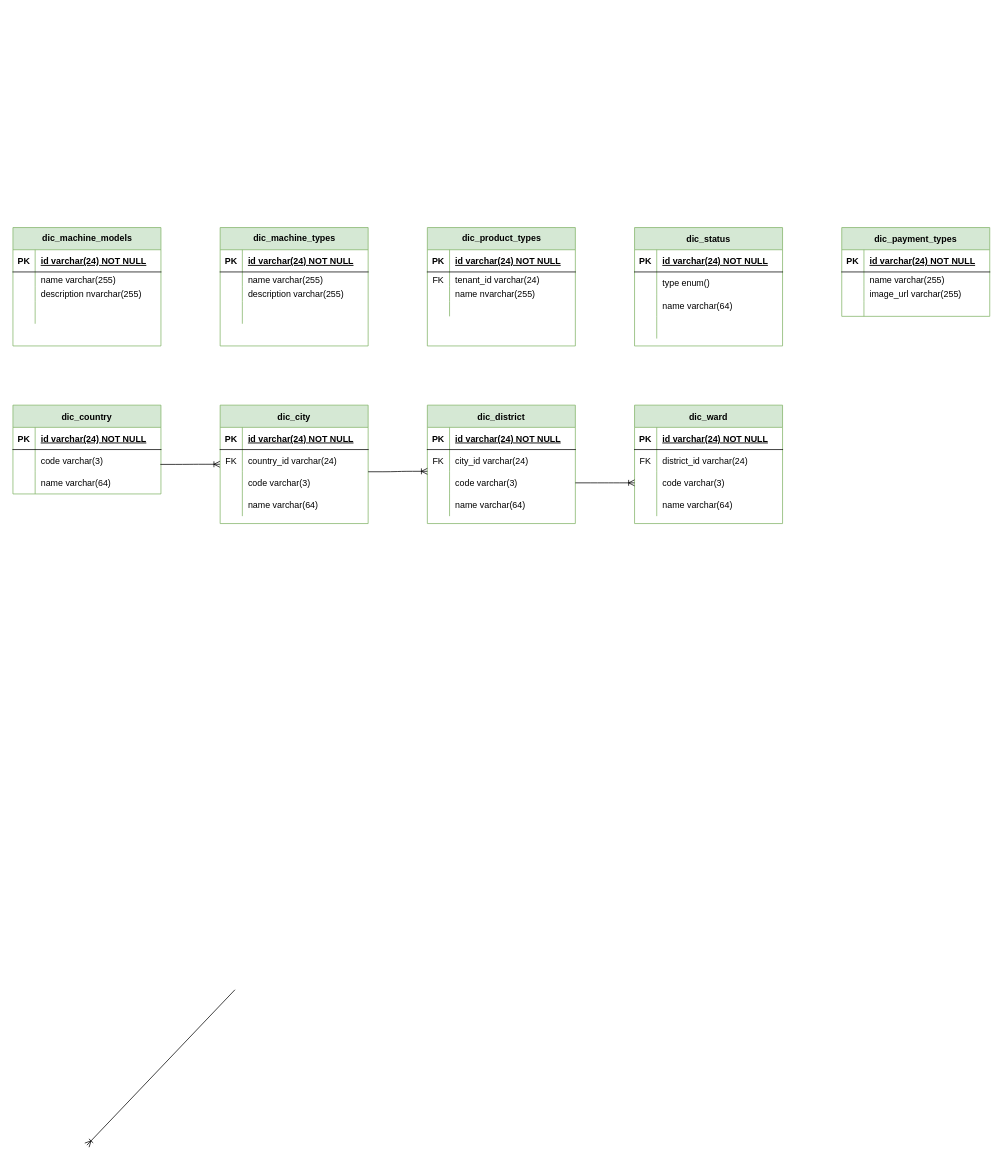
wardus3105/alphatest keeps this draw.io diagram as page "Dictionary" (6 of 6) of Untitled Diagram.drawio. Above is the earlier version. Source tidied: cells renumbered, new cells numbered last; positions are measured from the earlier drawing's top-left corner, leaving out a move shared by most shapes. Both pictures are drawn from the tidied source at 74%, with x=0, y=0 at pixel (13, 227).
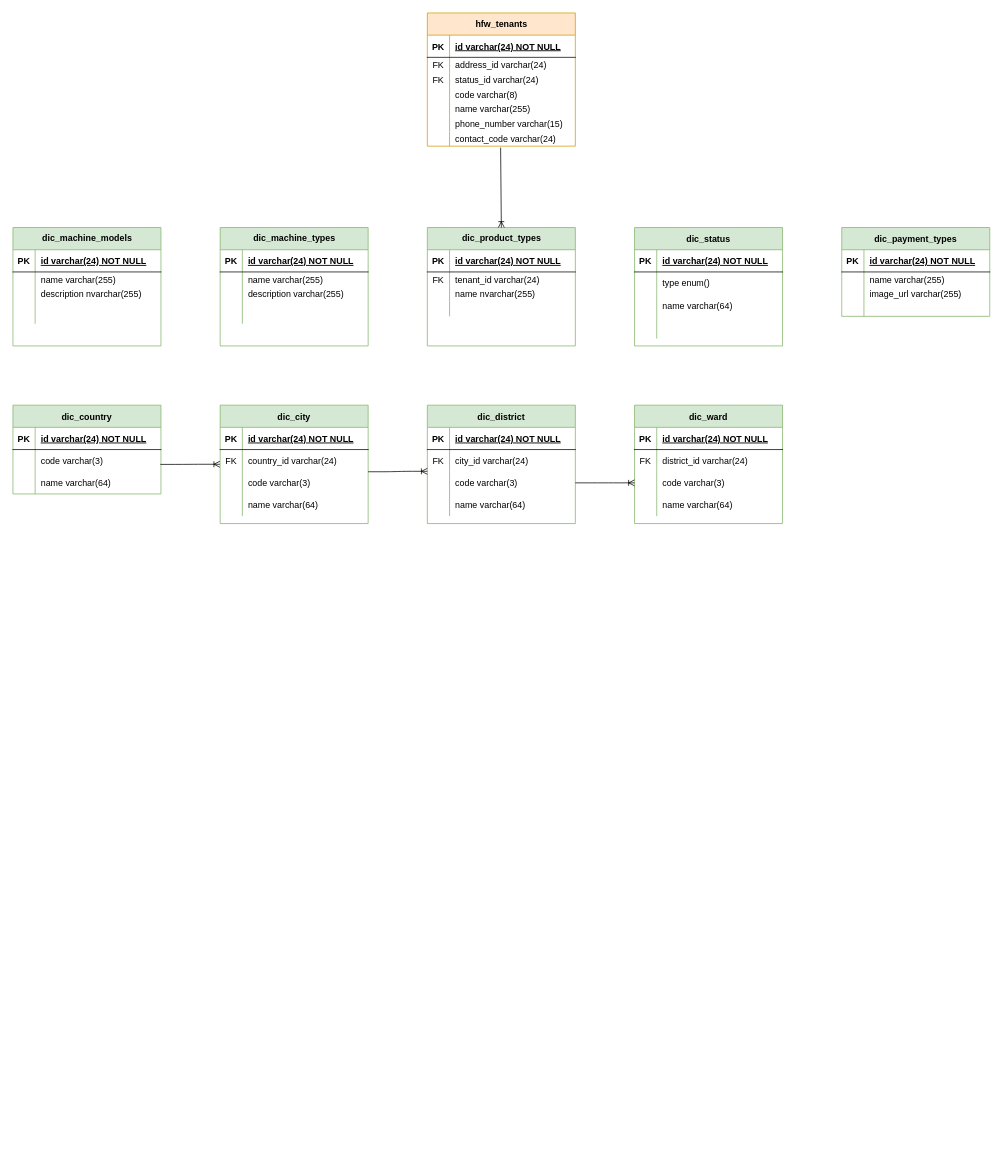
The same diagram, later.

The change refers to these unchanged cells:
```xml
<mxCell id="28" value="dic_product_types" style="shape=table;startSize=30;childLayout=tableLayout;rowLines=0;fontStyle=1;align=center;html=1;fillColor=#d5e8d4;strokeColor=#82b366;" parent="1" vertex="1">
  <mxGeometry x="560" width="200" height="160" as="geometry" />
</mxCell>
```

Change to the diagram source:
```diff
@@
-    <mxCell id="54" style="fontSize=12;html=1;endArrow=ERoneToMany;" parent="1" edge="1">
-      <mxGeometry relative="1" as="geometry">
-        <mxPoint x="300" y="1030" as="sourcePoint" />
-        <mxPoint x="100" y="1240" as="targetPoint" />
-      </mxGeometry>
-    </mxCell>
@@
+    <mxCell id="120" value="hfw_tenants" style="shape=table;startSize=30;childLayout=tableLayout;rowLines=0;fontStyle=1;align=center;html=1;fillColor=#ffe6cc;strokeColor=#d79b00;" parent="1" vertex="1">
+      <mxGeometry x="560" y="-290" width="200" height="180" as="geometry" />
+    </mxCell>
+    <mxCell id="121" style="shape=partialRectangle;fillColor=none;top=0;left=0;bottom=1;right=0;" parent="120" vertex="1">
+      <mxGeometry y="30" width="200" height="30" as="geometry" />
+    </mxCell>
+    <mxCell id="122" value="PK" style="shape=partialRectangle;fillColor=none;top=0;left=0;bottom=0;right=0;fontStyle=1;overflow=hidden;" parent="121" vertex="1">
+      <mxGeometry width="30" height="30" as="geometry" />
+    </mxCell>
+    <mxCell id="123" value="id varchar(24) NOT NULL" style="shape=partialRectangle;fillColor=none;top=0;left=0;bottom=0;right=0;align=left;spacingLeft=6;fontStyle=5;overflow=hidden;" parent="121" vertex="1">
+      <mxGeometry x="30" width="170" height="30" as="geometry" />
+    </mxCell>
+    <mxCell id="124" style="shape=partialRectangle;fillColor=none;top=0;left=0;bottom=0;right=0;" parent="120" vertex="1">
+      <mxGeometry y="60" width="200" height="20" as="geometry" />
+    </mxCell>
+    <mxCell id="125" value="FK" style="shape=partialRectangle;fillColor=none;top=0;left=0;bottom=0;right=0;overflow=hidden;" parent="124" vertex="1">
+      <mxGeometry width="30" height="20" as="geometry" />
+    </mxCell>
+    <mxCell id="126" value="address_id varchar(24)" style="shape=partialRectangle;fillColor=none;top=0;left=0;bottom=0;right=0;align=left;spacingLeft=6;overflow=hidden;" parent="124" vertex="1">
+      <mxGeometry x="30" width="170" height="20" as="geometry" />
+    </mxCell>
+    <mxCell id="127" style="shape=partialRectangle;fillColor=none;top=0;left=0;bottom=0;right=0;" parent="120" vertex="1">
+      <mxGeometry y="80" width="200" height="20" as="geometry" />
+    </mxCell>
+    <mxCell id="128" value="FK" style="shape=partialRectangle;fillColor=none;top=0;left=0;bottom=0;right=0;overflow=hidden;" parent="127" vertex="1">
+      <mxGeometry width="30" height="20" as="geometry" />
+    </mxCell>
+    <mxCell id="129" value="status_id varchar(24)" style="shape=partialRectangle;fillColor=none;top=0;left=0;bottom=0;right=0;align=left;spacingLeft=6;overflow=hidden;" parent="127" vertex="1">
+      <mxGeometry x="30" width="170" height="20" as="geometry" />
+    </mxCell>
+    <mxCell id="130" style="shape=partialRectangle;fillColor=none;top=0;left=0;bottom=0;right=0;" parent="120" vertex="1">
+      <mxGeometry y="100" width="200" height="20" as="geometry" />
+    </mxCell>
+    <mxCell id="131" style="shape=partialRectangle;fillColor=none;top=0;left=0;bottom=0;right=0;overflow=hidden;" parent="130" vertex="1">
+      <mxGeometry width="30" height="20" as="geometry" />
+    </mxCell>
+    <mxCell id="132" value="code varchar(8)" style="shape=partialRectangle;fillColor=none;top=0;left=0;bottom=0;right=0;align=left;spacingLeft=6;overflow=hidden;" parent="130" vertex="1">
+      <mxGeometry x="30" width="170" height="20" as="geometry" />
+    </mxCell>
+    <mxCell id="133" style="shape=partialRectangle;fillColor=none;top=0;left=0;bottom=0;right=0;" parent="120" vertex="1">
+      <mxGeometry y="120" width="200" height="20" as="geometry" />
+    </mxCell>
+    <mxCell id="134" style="shape=partialRectangle;fillColor=none;top=0;left=0;bottom=0;right=0;overflow=hidden;" parent="133" vertex="1">
+      <mxGeometry width="30" height="20" as="geometry" />
+    </mxCell>
+    <mxCell id="135" value="name varchar(255)" style="shape=partialRectangle;fillColor=none;top=0;left=0;bottom=0;right=0;align=left;spacingLeft=6;overflow=hidden;" parent="133" vertex="1">
+      <mxGeometry x="30" width="170" height="20" as="geometry" />
+    </mxCell>
+    <mxCell id="136" style="shape=partialRectangle;fillColor=none;top=0;left=0;bottom=0;right=0;" parent="120" vertex="1">
+      <mxGeometry y="140" width="200" height="20" as="geometry" />
+    </mxCell>
+    <mxCell id="137" style="shape=partialRectangle;fillColor=none;top=0;left=0;bottom=0;right=0;overflow=hidden;" parent="136" vertex="1">
+      <mxGeometry width="30" height="20" as="geometry" />
+    </mxCell>
+    <mxCell id="138" value="phone_number varchar(15)" style="shape=partialRectangle;fillColor=none;top=0;left=0;bottom=0;right=0;align=left;spacingLeft=6;overflow=hidden;" parent="136" vertex="1">
+      <mxGeometry x="30" width="170" height="20" as="geometry" />
+    </mxCell>
+    <mxCell id="139" style="shape=partialRectangle;fillColor=none;top=0;left=0;bottom=0;right=0;points=[[0,0.5],[1,0.5]];portConstraint=eastwest;" parent="120" vertex="1">
+      <mxGeometry y="160" width="200" height="20" as="geometry" />
+    </mxCell>
+    <mxCell id="140" style="shape=partialRectangle;fillColor=none;top=0;left=0;bottom=0;right=0;overflow=hidden;" parent="139" vertex="1">
+      <mxGeometry width="30" height="20" as="geometry" />
+    </mxCell>
+    <mxCell id="141" value="contact_code varchar(24)" style="shape=partialRectangle;fillColor=none;top=0;left=0;bottom=0;right=0;align=left;spacingLeft=6;overflow=hidden;" parent="139" vertex="1">
+      <mxGeometry x="30" width="170" height="20" as="geometry" />
+    </mxCell>
+    <mxCell id="142" style="fontSize=12;html=1;endArrow=ERoneToMany;entryX=0.5;entryY=0;entryDx=0;entryDy=0;exitX=0.495;exitY=1.1;exitDx=0;exitDy=0;exitPerimeter=0;" parent="1" edge="1" source="139" target="28">
+      <mxGeometry relative="1" as="geometry" />
+    </mxCell>
```
